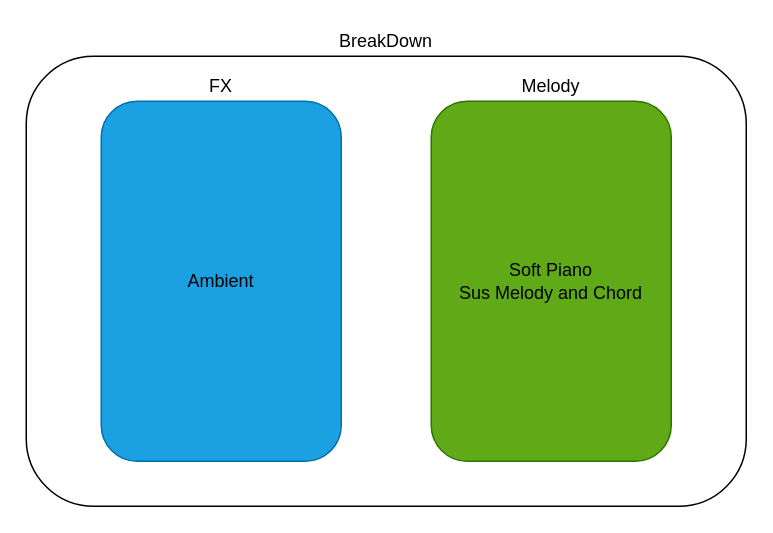
The draw.io diagram Emotional Pro House Intro.drawio in houance/Music-Illustration, before the edit. Source tidied: cells renumbered, new cells numbered last; positions are measured from the earlier drawing's top-left corner, leaving out a move shared by most shapes. Both pictures are drawn from the tidied source at 150%, with x=0, y=0 at pixel (26, 26).
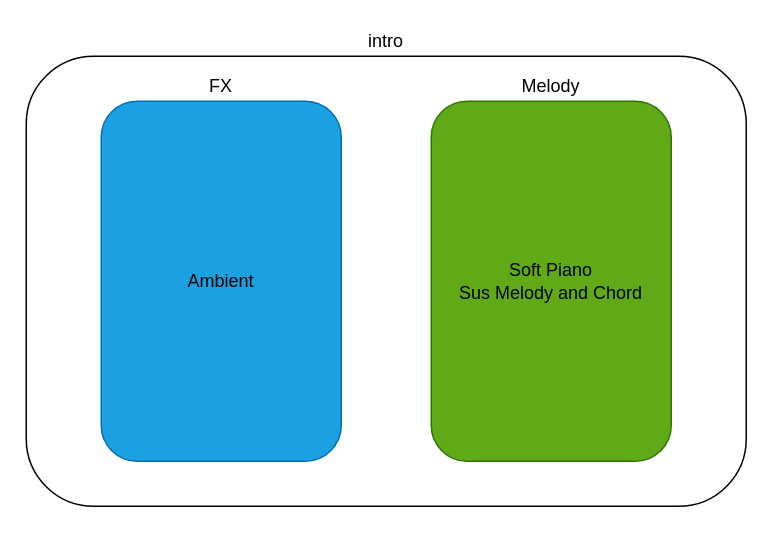
The same diagram, later.

What changed in the source:
```diff
@@
 <mxGraphModel>
   <root>
     <mxCell id="0" />
     <mxCell id="1" parent="0" />
     <mxCell id="2" style="rounded=1;whiteSpace=wrap;html=1;" parent="1" vertex="1">
       <mxGeometry y="20" width="480" height="300" as="geometry" />
     </mxCell>
     <mxCell id="3" style="rounded=1;whiteSpace=wrap;html=1;fillColor=#1ba1e2;strokeColor=#006EAF;fontColor=#ffffff;" parent="1" vertex="1">
       <mxGeometry x="50" y="50" width="160" height="240" as="geometry" />
     </mxCell>
     <mxCell id="4" value="FX" style="text;html=1;strokeColor=none;fillColor=none;align=center;verticalAlign=middle;whiteSpace=wrap;rounded=0;" parent="1" vertex="1">
       <mxGeometry x="110" y="30" width="40" height="20" as="geometry" />
     </mxCell>
     <mxCell id="5" style="rounded=1;whiteSpace=wrap;html=1;fillColor=#60a917;strokeColor=#2D7600;fontColor=#ffffff;" parent="1" vertex="1">
       <mxGeometry x="270" y="50" width="160" height="240" as="geometry" />
     </mxCell>
     <mxCell id="6" value="Soft Piano &lt;br&gt;Sus Melody and Chord" style="text;html=1;strokeColor=none;fillColor=none;align=center;verticalAlign=middle;whiteSpace=wrap;rounded=0;" parent="1" vertex="1">
       <mxGeometry x="270" y="160" width="160" height="20" as="geometry" />
     </mxCell>
     <mxCell id="7" value="Melody" style="text;html=1;strokeColor=none;fillColor=none;align=center;verticalAlign=middle;whiteSpace=wrap;rounded=0;" parent="1" vertex="1">
       <mxGeometry x="330" y="30" width="40" height="20" as="geometry" />
     </mxCell>
-    <mxCell id="8" value="BreakDown" style="text;html=1;strokeColor=none;fillColor=none;align=center;verticalAlign=middle;whiteSpace=wrap;rounded=0;" parent="1" vertex="1">
+    <mxCell id="8" value="intro" style="text;html=1;strokeColor=none;fillColor=none;align=center;verticalAlign=middle;whiteSpace=wrap;rounded=0;" parent="1" vertex="1">
       <mxGeometry x="205" width="70" height="20" as="geometry" />
     </mxCell>
     <mxCell id="9" value="Ambient" style="text;html=1;strokeColor=none;fillColor=none;align=center;verticalAlign=middle;whiteSpace=wrap;rounded=0;" parent="1" vertex="1">
       <mxGeometry x="90" y="160" width="80" height="20" as="geometry" />
     </mxCell>
   </root>
 </mxGraphModel>
```
